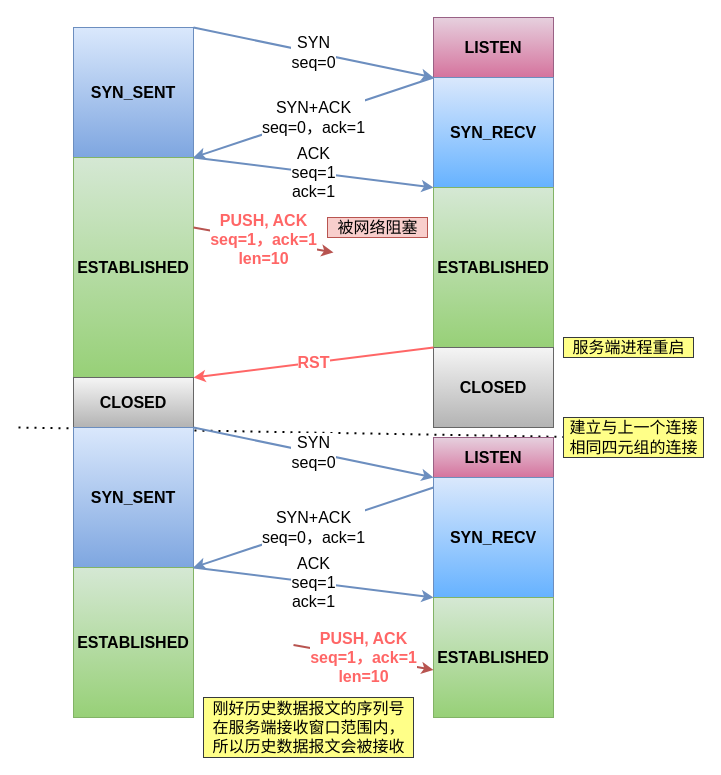
Before: 网络/isn相同.drawio in xiaolincoder/ImageHost4, a draw.io diagram. Source tidied: cells renumbered, new cells numbered last; positions are measured from the earlier drawing's top-left corner, leaving out a move shared by most shapes. Both pictures are drawn from the tidied source at 100%, with x=0, y=0 at pixel (18, 17).
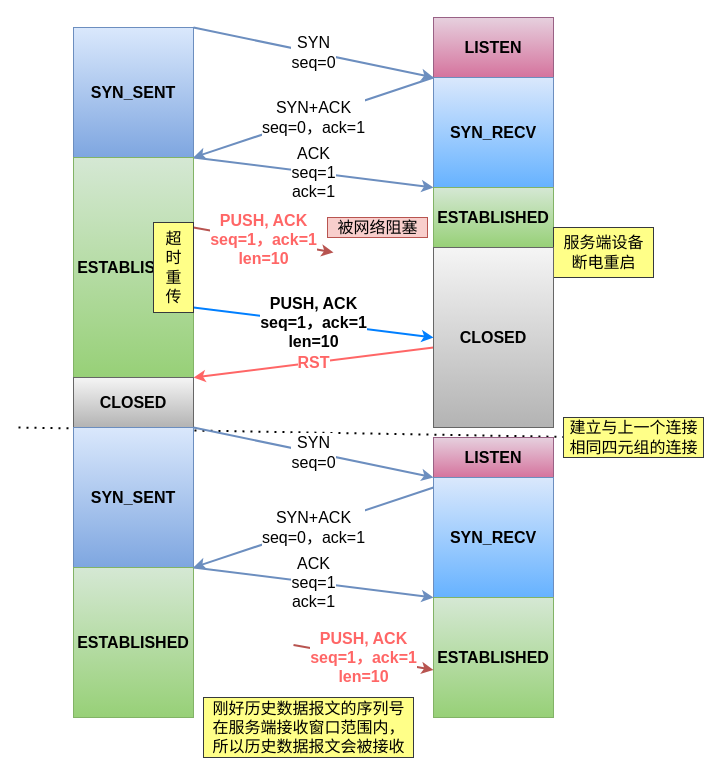
Above is the later version.

The change refers to these unchanged cells:
```xml
<mxCell id="15" value="CLOSED" style="rounded=0;whiteSpace=wrap;html=1;fontSize=16;fontStyle=1;fillColor=#f5f5f5;strokeColor=#666666;gradientColor=#b3b3b3;" parent="1" vertex="1">
  <mxGeometry x="55" y="360" width="120" height="50" as="geometry" />
</mxCell>
```

Diff of the diagram source:
```diff
@@
     <mxCell id="9" value="&lt;span style=&quot;font-weight: 700;&quot;&gt;ESTABLISHED&lt;/span&gt;" style="rounded=0;whiteSpace=wrap;html=1;fontSize=16;fontFamily=Helvetica;fillColor=#d5e8d4;strokeColor=#82b366;gradientColor=#97d077;" parent="1" vertex="1">
-      <mxGeometry x="415" y="170" width="120" height="160" as="geometry" />
+      <mxGeometry x="415" y="170" width="120" height="60" as="geometry" />
     </mxCell>
@@
-    <mxCell id="13" value="CLOSED" style="rounded=0;whiteSpace=wrap;html=1;fontSize=16;fontStyle=1;fillColor=#f5f5f5;strokeColor=#666666;gradientColor=#b3b3b3;" parent="1" vertex="1">
-      <mxGeometry x="415" y="330" width="120" height="80" as="geometry" />
-    </mxCell>
-    <mxCell id="14" value="RST" style="rounded=0;jettySize=auto;html=1;fontSize=16;exitX=0;exitY=0;exitDx=0;exitDy=0;fillColor=#f8cecc;strokeColor=#FF6666;strokeWidth=2;fontColor=#FF6666;fontStyle=1;entryX=1;entryY=0;entryDx=0;entryDy=0;" parent="1" edge="1" source="13" target="15">
-      <mxGeometry relative="1" as="geometry" />
+    <mxCell id="14" value="RST" style="rounded=0;jettySize=auto;html=1;fontSize=16;exitX=0;exitY=0;exitDx=0;exitDy=0;fillColor=#f8cecc;strokeColor=#FF6666;strokeWidth=2;fontColor=#FF6666;fontStyle=1;entryX=1;entryY=0;entryDx=0;entryDy=0;" parent="1" edge="1" target="15">
+      <mxGeometry relative="1" as="geometry">
+        <mxPoint x="415" y="330" as="sourcePoint" />
+      </mxGeometry>
     </mxCell>
@@
-    <mxCell id="27" value="服务端进程重启" style="text;html=1;align=center;verticalAlign=middle;strokeColor=#36393d;fillColor=#ffff88;fontSize=16;fontFamily=Helvetica;" parent="1" vertex="1">
-      <mxGeometry x="545" y="320" width="130" height="20" as="geometry" />
+    <mxCell id="27" value="服务端设备&lt;br&gt;断电重启" style="text;html=1;align=center;verticalAlign=middle;strokeColor=#36393d;fillColor=#ffff88;fontSize=16;fontFamily=Helvetica;" parent="1" vertex="1">
+      <mxGeometry x="535" y="210" width="100" height="50" as="geometry" />
     </mxCell>
+    <mxCell id="13" value="CLOSED" style="rounded=0;whiteSpace=wrap;html=1;fontSize=16;fontStyle=1;fillColor=#f5f5f5;strokeColor=#666666;gradientColor=#b3b3b3;" parent="1" vertex="1">
+      <mxGeometry x="415" y="230" width="120" height="180" as="geometry" />
+    </mxCell>
+    <mxCell id="28" value="&lt;b style=&quot;&quot;&gt;PUSH, ACK&lt;br&gt;seq=1，ack=1&lt;br&gt;len=10&lt;/b&gt;" style="edgeStyle=none;rounded=0;jettySize=auto;html=1;fontFamily=Helvetica;fontSize=16;exitX=1;exitY=0;exitDx=0;exitDy=0;fillColor=#f8cecc;strokeColor=#007FFF;strokeWidth=2;entryX=0;entryY=0.5;entryDx=0;entryDy=0;" parent="1" edge="1" target="13">
+      <mxGeometry relative="1" as="geometry">
+        <mxPoint x="175" y="290" as="sourcePoint" />
+      </mxGeometry>
+    </mxCell>
+    <mxCell id="29" value="超&lt;br&gt;时&lt;br&gt;重&lt;br&gt;传" style="text;html=1;align=center;verticalAlign=middle;strokeColor=#36393d;fillColor=#ffff88;fontSize=16;fontFamily=Helvetica;" parent="1" vertex="1">
+      <mxGeometry x="135" y="205" width="40" height="90" as="geometry" />
+    </mxCell>
```
